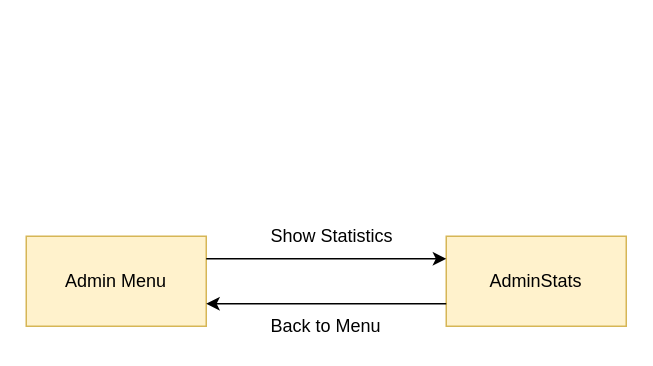
This is Projectmanagement/UC-AdminStats/UC-Specification-AdminStats.drawio from Bronzila/TrackYourFit_docs, a draw.io file, before an edit. Source tidied: cells renumbered, new cells numbered last; positions are measured from the earlier drawing's top-left corner, leaving out a move shared by most shapes. Both pictures are drawn from the tidied source at 150%, with x=0, y=0 at pixel (26, 220).
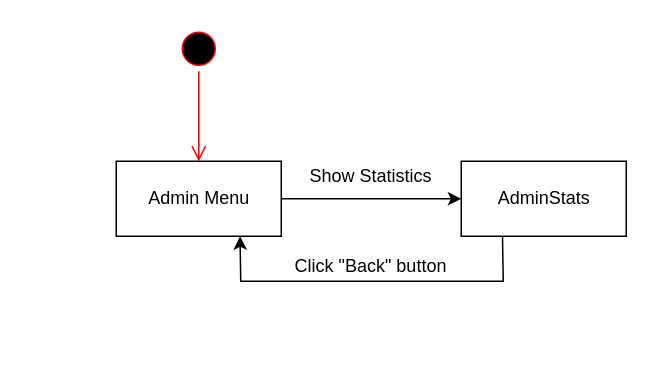
The same diagram, later.

Commit message (it also covers changes not shown here):
changed adminstats definition

Change to the diagram source:
```diff
@@
 <mxGraphModel>
   <root>
     <mxCell id="0" />
     <mxCell id="1" parent="0" />
+    <mxCell id="8" style="ellipse;html=1;shape=startState;fillColor=#000000;strokeColor=#ff0000;" parent="1" vertex="1">
+      <mxGeometry x="100" y="-130" width="30" height="30" as="geometry" />
+    </mxCell>
+    <mxCell id="9" style="edgeStyle=orthogonalEdgeStyle;html=1;verticalAlign=bottom;endArrow=open;endSize=8;strokeColor=#ff0000;" parent="1" edge="1" source="8">
+      <mxGeometry relative="1" as="geometry">
+        <mxPoint x="115" y="-40" as="targetPoint" />
+      </mxGeometry>
+    </mxCell>
-    <mxCell id="2" value="Admin Menu" style="rounded=0;whiteSpace=wrap;html=1;fillColor=#fff2cc;strokeColor=#d6b656;" parent="1" vertex="1">
-      <mxGeometry y="10" width="120" height="60" as="geometry" />
+    <mxCell id="2" value="Admin Menu" style="html=1;" parent="1" vertex="1">
+      <mxGeometry x="60" y="-40" width="110" height="50" as="geometry" />
     </mxCell>
+    <mxCell id="4" style="endArrow=classic;html=1;entryX=0;entryY=0.5;entryDx=0;entryDy=0;exitX=1;exitY=0.5;exitDx=0;exitDy=0;" parent="1" edge="1" source="2" target="3">
+      <mxGeometry relative="1" as="geometry" />
+    </mxCell>
-    <mxCell id="3" value="AdminStats" style="rounded=0;whiteSpace=wrap;html=1;fillColor=#fff2cc;strokeColor=#d6b656;" parent="1" vertex="1">
-      <mxGeometry x="280" y="10" width="120" height="60" as="geometry" />
+    <mxCell id="3" value="AdminStats" style="html=1;" parent="1" vertex="1">
+      <mxGeometry x="290" y="-40" width="110" height="50" as="geometry" />
     </mxCell>
-    <mxCell id="4" style="endArrow=classic;html=1;exitX=1;exitY=0.25;exitDx=0;exitDy=0;entryX=0;entryY=0.25;entryDx=0;entryDy=0;" parent="1" edge="1" source="2" target="3">
-      <mxGeometry relative="1" as="geometry" />
-    </mxCell>
-    <mxCell id="5" style="endArrow=classic;html=1;exitX=0;exitY=0.75;exitDx=0;exitDy=0;entryX=1;entryY=0.75;entryDx=0;entryDy=0;" parent="1" edge="1" source="3" target="2">
-      <mxGeometry relative="1" as="geometry" />
+    <mxCell id="5" style="endArrow=classic;html=1;exitX=0.25;exitY=1;exitDx=0;exitDy=0;entryX=0.75;entryY=1;entryDx=0;entryDy=0;rounded=0;" parent="1" edge="1" source="3" target="2">
+      <mxGeometry relative="1" as="geometry">
+        <Array as="points">
+          <mxPoint x="318" y="40" />
+          <mxPoint x="143" y="40" />
+        </Array>
+      </mxGeometry>
     </mxCell>
     <mxCell id="6" value="Show Statistics" style="text;html=1;strokeColor=none;fillColor=none;align=center;verticalAlign=middle;whiteSpace=wrap;rounded=0;" parent="1" vertex="1">
-      <mxGeometry x="154" width="100" height="20" as="geometry" />
+      <mxGeometry x="180" y="-40" width="100" height="20" as="geometry" />
     </mxCell>
-    <mxCell id="7" value="&lt;div&gt;Back to Menu&lt;/div&gt;" style="text;html=1;strokeColor=none;fillColor=none;align=center;verticalAlign=middle;whiteSpace=wrap;rounded=0;" parent="1" vertex="1">
-      <mxGeometry x="150" y="60" width="100" height="20" as="geometry" />
-    </mxCell>
+    <mxCell id="10" value="Click &quot;Back&quot; button" style="text;html=1;strokeColor=none;fillColor=none;align=center;verticalAlign=middle;whiteSpace=wrap;rounded=0;" parent="1" vertex="1">
+      <mxGeometry x="160" y="20" width="140" height="20" as="geometry" />
+    </mxCell>
   </root>
 </mxGraphModel>
```
